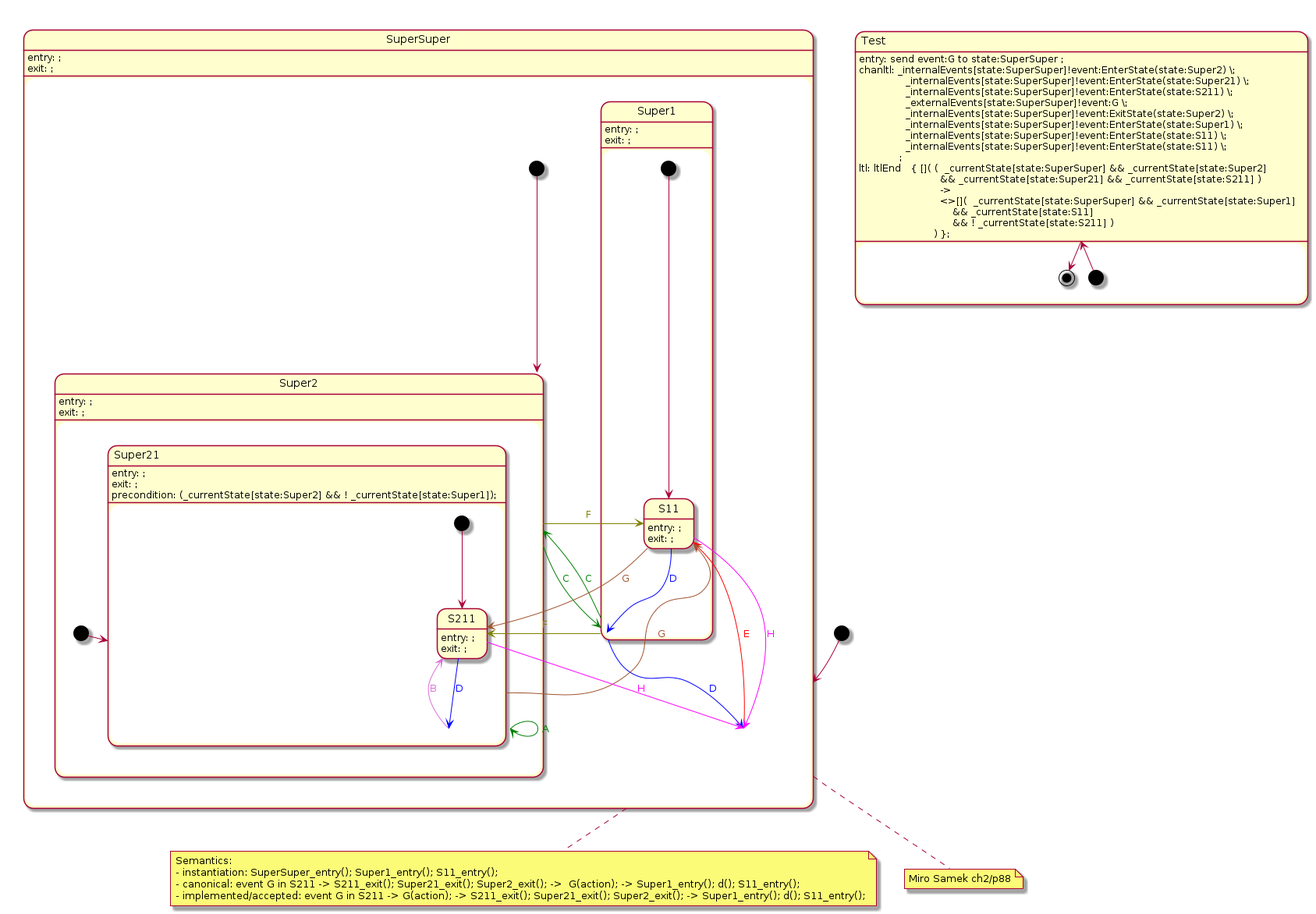
Before: plantuml/hsm/samek-g.png, a diagram exported from PlantUML (melintea/upml). Its source is kept beside it as plantuml/hsm/samek-g.plantuml.
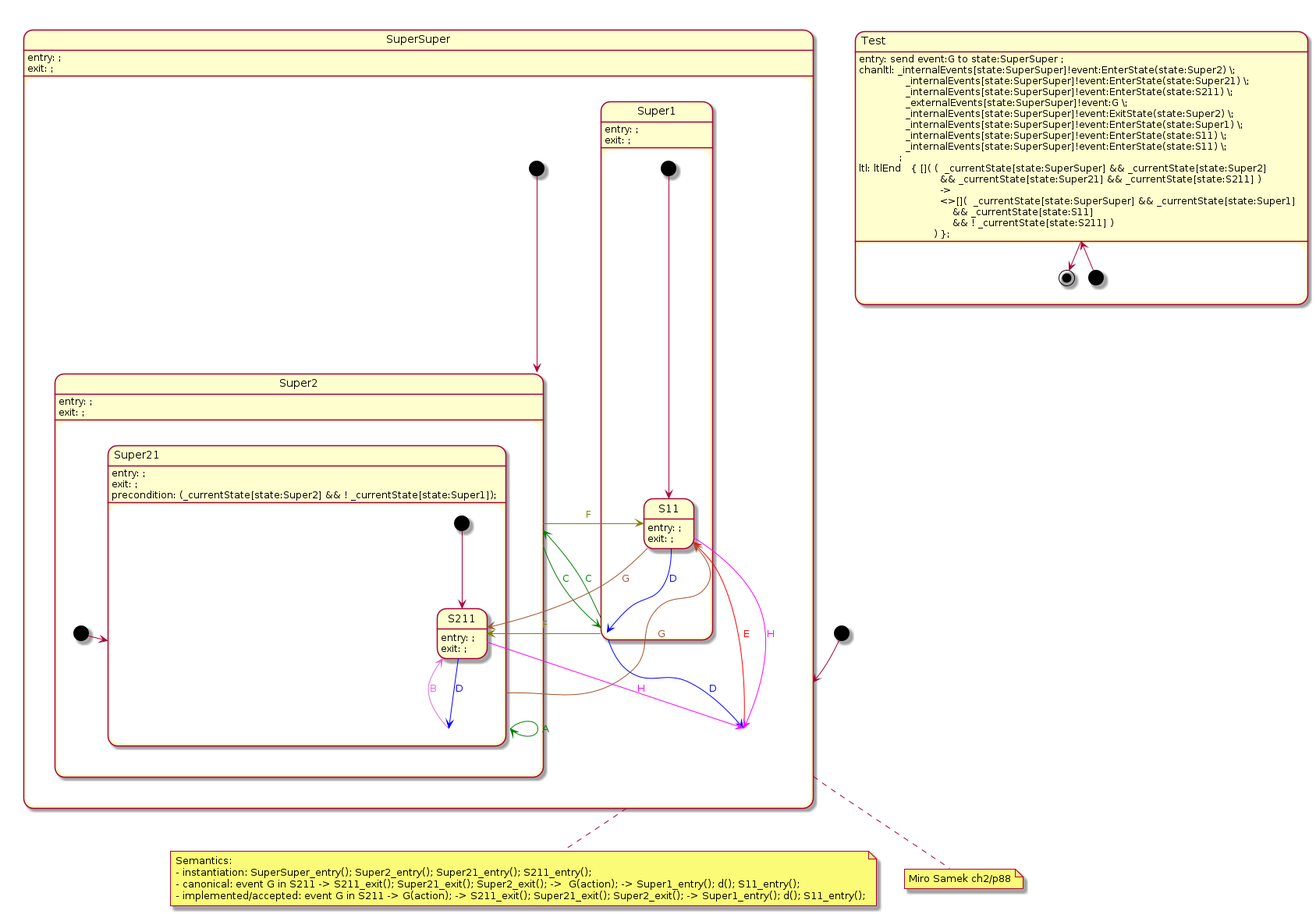
Above is the later version.

Diff of the diagram source:
```diff
@@ -2,7 +2,7 @@
 
 note bottom of SuperSuper
   Semantics:
-  - instantiation: SuperSuper_entry(); Super1_entry(); S11_entry();
+  - instantiation: SuperSuper_entry(); Super2_entry(); Super21_entry(); S211_entry();
   - canonical: event G in S211 -> S211_exit(); Super21_exit(); Super2_exit(); ->  G(action); -> Super1_entry(); d(); S11_entry();
   - implemented/accepted: event G in S211 -> G(action); -> S211_exit(); Super21_exit(); Super2_exit(); -> Super1_entry(); d(); S11_entry();
 end note
```
